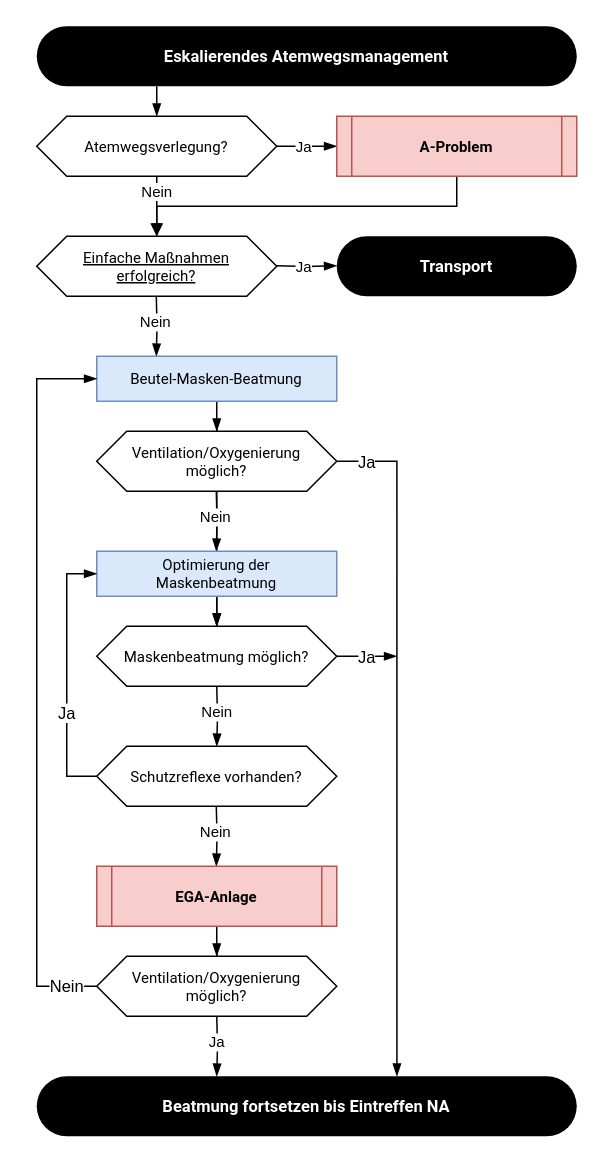
The draw.io diagram assets/flows/atemwegsmanagement.drawio in steiiin/notsan-app, before the edit. Source tidied: cells renumbered, new cells numbered last; positions are measured from the earlier drawing's top-left corner, leaving out a move shared by most shapes. Both pictures are drawn from the tidied source at 150%, with x=0, y=0 at pixel (36, 26).
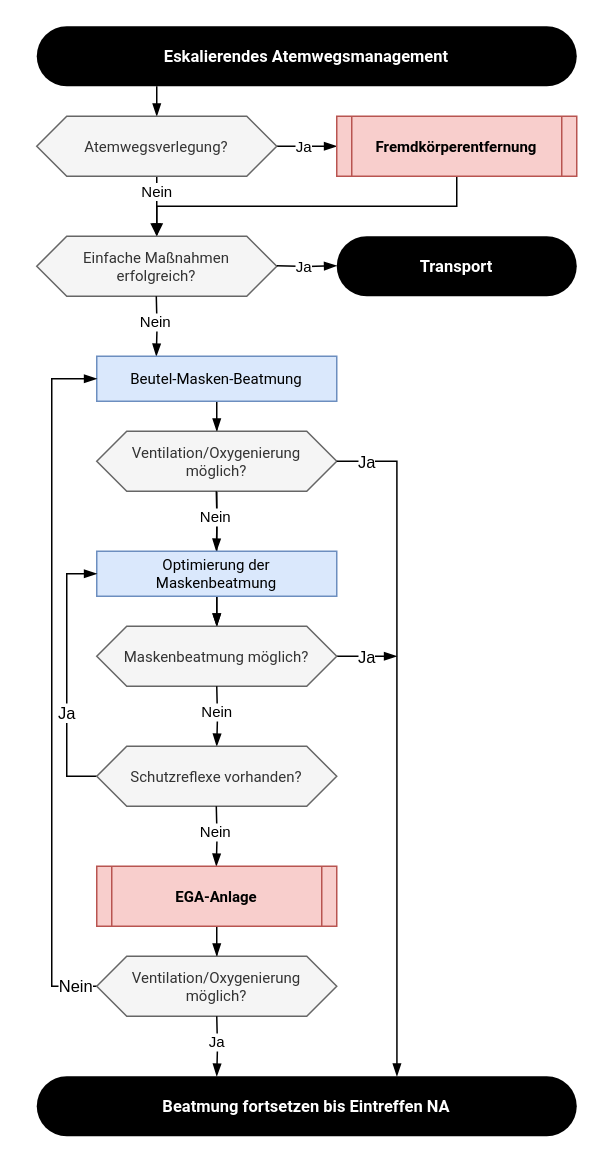
The same diagram, later.

The change refers to these unchanged cells:
```xml
<mxCell id="18" value="Beutel-Masken-Beatmung" style="rounded=0;whiteSpace=wrap;html=1;align=center;verticalAlign=middle;fontFamily=&quot;Roboto&quot;, &quot;Helvetica Neue&quot;, sans-serif;fontSize=10;labelBorderColor=none;labelBackgroundColor=none;fillColor=#dae8fc;rotation=0;strokeColor=#6c8ebf;" parent="1" vertex="1">
  <mxGeometry x="40" y="220" width="160" height="30" as="geometry" />
</mxCell>
```

Change to the diagram source:
```diff
@@
-    <mxCell id="8" value="Atemwegsverlegung?" style="shape=hexagon;perimeter=hexagonPerimeter2;whiteSpace=wrap;html=1;fixedSize=1;fontFamily=&quot;Roboto&quot;, &quot;Helvetica Neue&quot;, sans-serif;fontSize=10;fontStyle=0;fillColor=default;" parent="1" vertex="1">
+    <mxCell id="8" value="Atemwegsverlegung?" style="shape=hexagon;perimeter=hexagonPerimeter2;whiteSpace=wrap;html=1;fixedSize=1;fontFamily=&quot;Roboto&quot;, &quot;Helvetica Neue&quot;, sans-serif;fontSize=10;fontStyle=0;fillColor=#f5f5f5;fontColor=#333333;strokeColor=#666666;" parent="1" vertex="1">
       <mxGeometry y="60" width="160" height="40" as="geometry" />
     </mxCell>
@@
-    <mxCell id="10" value="A-Problem" style="shape=process;whiteSpace=wrap;html=1;backgroundOutline=1;size=0.0625;fillColor=#f8cecc;strokeColor=#b85450;fontSize=10;glass=0;rounded=0;fontFamily=&quot;Roboto&quot;, &quot;Helvetica Neue&quot;, sans-serif;fontStyle=1;" parent="1" vertex="1">
+    <mxCell id="10" value="Fremdkörperentfernung" style="shape=process;whiteSpace=wrap;html=1;backgroundOutline=1;size=0.0625;fillColor=#f8cecc;strokeColor=#b85450;fontSize=10;glass=0;rounded=0;fontFamily=&quot;Roboto&quot;, &quot;Helvetica Neue&quot;, sans-serif;fontStyle=1;" parent="1" vertex="1">
       <mxGeometry x="200" y="60" width="160" height="40" as="geometry" />
     </mxCell>
-    <mxCell id="11" value="Einfache Maßnahmen&lt;br&gt;erfolgreich?" style="shape=hexagon;perimeter=hexagonPerimeter2;whiteSpace=wrap;fixedSize=1;fontFamily=&quot;Roboto&quot;, &quot;Helvetica Neue&quot;, sans-serif;fontSize=10;fontStyle=4;textShadow=0;labelBorderColor=none;html=1;horizontal=1;" parent="1" vertex="1">
+    <mxCell id="11" value="Einfache Maßnahmen&lt;br&gt;erfolgreich?" style="shape=hexagon;perimeter=hexagonPerimeter2;whiteSpace=wrap;fixedSize=1;fontFamily=&quot;Roboto&quot;, &quot;Helvetica Neue&quot;, sans-serif;fontSize=10;fontStyle=0;textShadow=0;labelBorderColor=none;html=1;horizontal=1;fillColor=#f5f5f5;fontColor=#333333;strokeColor=#666666;" parent="1" vertex="1">
       <mxGeometry y="140" width="160" height="40" as="geometry" />
     </mxCell>
@@
-    <mxCell id="20" value="Ventilation/Oxygenierung&lt;div&gt;möglich?&lt;/div&gt;" style="shape=hexagon;perimeter=hexagonPerimeter2;whiteSpace=wrap;html=1;fixedSize=1;fontFamily=&quot;Roboto&quot;, &quot;Helvetica Neue&quot;, sans-serif;fontSize=10;fontStyle=0;fillColor=default;" parent="1" vertex="1">
+    <mxCell id="20" value="Ventilation/Oxygenierung&lt;div&gt;möglich?&lt;/div&gt;" style="shape=hexagon;perimeter=hexagonPerimeter2;whiteSpace=wrap;html=1;fixedSize=1;fontFamily=&quot;Roboto&quot;, &quot;Helvetica Neue&quot;, sans-serif;fontSize=10;fontStyle=0;fillColor=#f5f5f5;fontColor=#333333;strokeColor=#666666;" parent="1" vertex="1">
       <mxGeometry x="40" y="270" width="160" height="40" as="geometry" />
     </mxCell>
@@
-    <mxCell id="28" value="Maskenbeatmung möglich?" style="shape=hexagon;perimeter=hexagonPerimeter2;whiteSpace=wrap;html=1;fixedSize=1;fontFamily=&quot;Roboto&quot;, &quot;Helvetica Neue&quot;, sans-serif;fontSize=10;fontStyle=0;fillColor=default;" parent="1" vertex="1">
+    <mxCell id="28" value="Maskenbeatmung möglich?" style="shape=hexagon;perimeter=hexagonPerimeter2;whiteSpace=wrap;html=1;fixedSize=1;fontFamily=&quot;Roboto&quot;, &quot;Helvetica Neue&quot;, sans-serif;fontSize=10;fontStyle=0;fillColor=#f5f5f5;fontColor=#333333;strokeColor=#666666;" parent="1" vertex="1">
       <mxGeometry x="40" y="400" width="160" height="40" as="geometry" />
     </mxCell>
@@
-    <mxCell id="33" value="Schutzreflexe vorhanden?" style="shape=hexagon;perimeter=hexagonPerimeter2;whiteSpace=wrap;html=1;fixedSize=1;fontFamily=&quot;Roboto&quot;, &quot;Helvetica Neue&quot;, sans-serif;fontSize=10;fontStyle=0;fillColor=default;" parent="1" vertex="1">
+    <mxCell id="33" value="Schutzreflexe vorhanden?" style="shape=hexagon;perimeter=hexagonPerimeter2;whiteSpace=wrap;html=1;fixedSize=1;fontFamily=&quot;Roboto&quot;, &quot;Helvetica Neue&quot;, sans-serif;fontSize=10;fontStyle=0;fillColor=#f5f5f5;fontColor=#333333;strokeColor=#666666;" parent="1" vertex="1">
       <mxGeometry x="40" y="480" width="160" height="40" as="geometry" />
     </mxCell>
@@
     <mxCell id="38" style="edgeStyle=orthogonalEdgeStyle;shape=connector;rounded=0;jettySize=auto;html=1;strokeColor=default;align=center;verticalAlign=middle;fontFamily=Helvetica;fontSize=11;fontColor=default;labelBackgroundColor=default;endArrow=blockThin;endFill=1;entryX=0;entryY=0.5;entryDx=0;entryDy=0;" parent="1" edge="1" source="40" target="18">
       <mxGeometry relative="1" as="geometry">
         <Array as="points">
-          <mxPoint y="640" />
-          <mxPoint y="235" />
+          <mxPoint x="10" y="640" />
+          <mxPoint x="10" y="235" />
         </Array>
       </mxGeometry>
     </mxCell>
     <mxCell id="39" value="Nein" style="edgeLabel;html=1;align=center;verticalAlign=middle;fontFamily=Helvetica;fontSize=11;fontColor=default;labelBorderColor=none;labelBackgroundColor=default;fillColor=none;gradientColor=none;" parent="38" vertex="1">
       <mxGeometry x="-0.9" y="-1" relative="1" as="geometry">
-        <mxPoint x="3" as="offset" />
+        <mxPoint x="8" as="offset" />
       </mxGeometry>
     </mxCell>
-    <mxCell id="40" value="Ventilation/Oxygenierung&lt;div&gt;möglich?&lt;/div&gt;" style="shape=hexagon;perimeter=hexagonPerimeter2;whiteSpace=wrap;html=1;fixedSize=1;fontFamily=&quot;Roboto&quot;, &quot;Helvetica Neue&quot;, sans-serif;fontSize=10;fontStyle=0;fillColor=default;" parent="1" vertex="1">
+    <mxCell id="40" value="Ventilation/Oxygenierung&lt;div&gt;möglich?&lt;/div&gt;" style="shape=hexagon;perimeter=hexagonPerimeter2;whiteSpace=wrap;html=1;fixedSize=1;fontFamily=&quot;Roboto&quot;, &quot;Helvetica Neue&quot;, sans-serif;fontSize=10;fontStyle=0;fillColor=#f5f5f5;fontColor=#333333;strokeColor=#666666;" parent="1" vertex="1">
       <mxGeometry x="40" y="620" width="160" height="40" as="geometry" />
     </mxCell>
```
